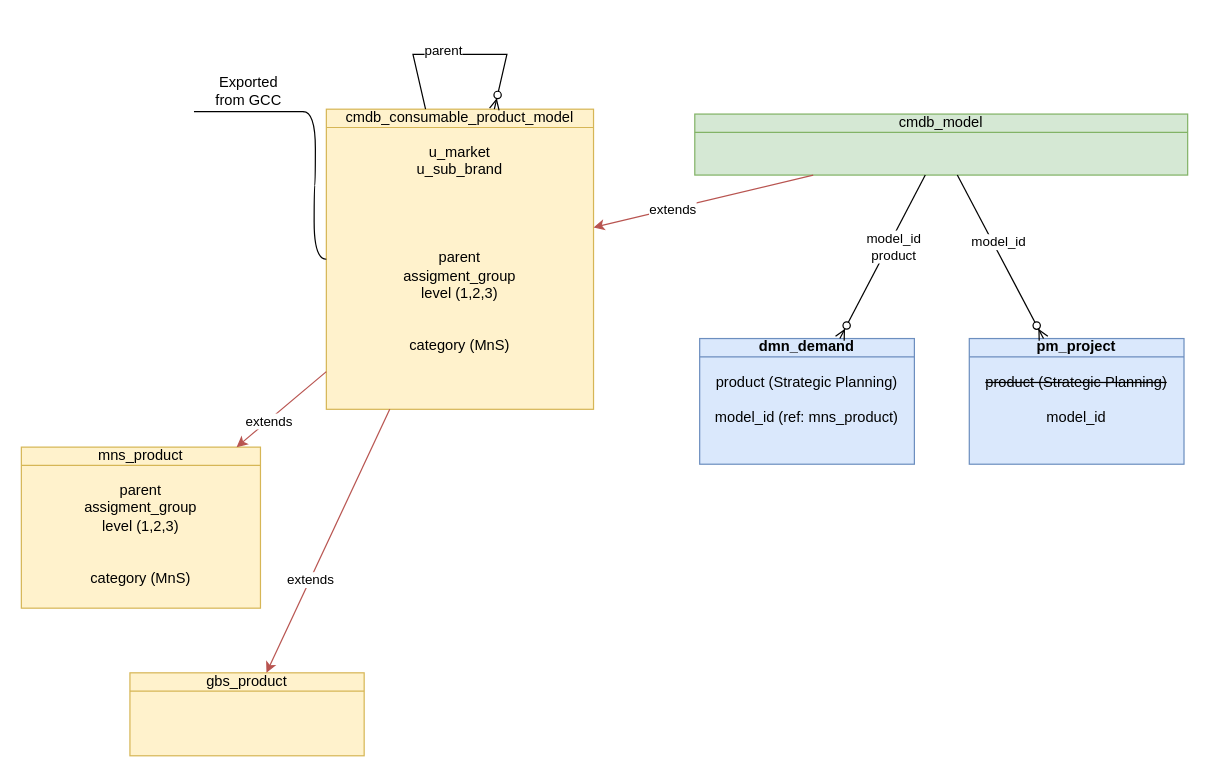
Before: page "start" (2 of 6) of JTI_product.drawio in algimas/tmp, a draw.io diagram. Source tidied: cells renumbered, new cells numbered last; positions are measured from the earlier drawing's top-left corner, leaving out a move shared by most shapes. Both pictures are drawn from the tidied source at 122%, with x=0, y=0 at pixel (21, 54).
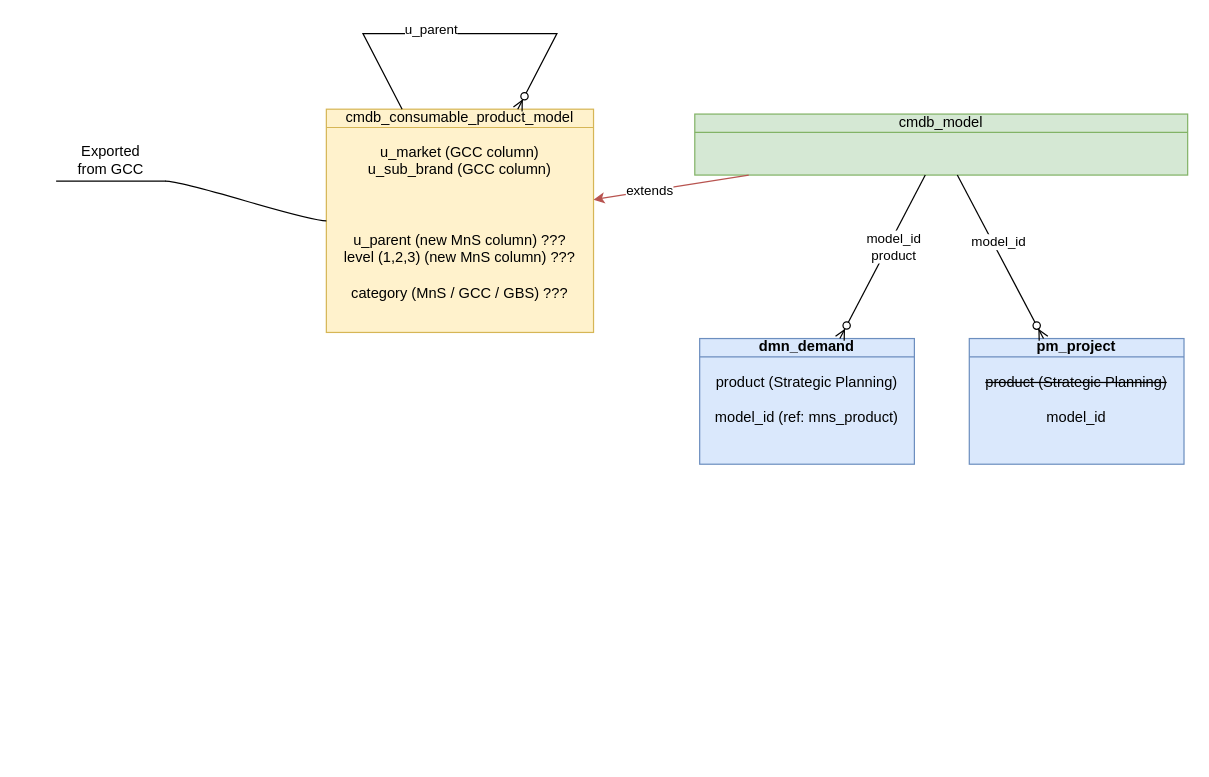
After the change.

Change to the diagram source:
```diff
@@
-    <mxCell id="2" value="&lt;div&gt;cmdb_consumable_product_model&lt;/div&gt;&lt;div&gt;&lt;br&gt;&lt;/div&gt;&lt;div&gt;u_market&lt;/div&gt;&lt;div&gt;u_sub_brand&lt;/div&gt;&lt;div&gt;&lt;br&gt;&lt;/div&gt;&lt;div&gt;&lt;br&gt;&lt;/div&gt;&lt;div&gt;&lt;br&gt;&lt;/div&gt;&lt;div&gt;&lt;br&gt;&lt;/div&gt;&lt;div&gt;parent&lt;/div&gt;&lt;div&gt;assigment_group&lt;/div&gt;&lt;div&gt;level (1,2,3)&lt;/div&gt;&lt;div&gt;&lt;br&gt;&lt;/div&gt;&lt;div&gt;&lt;br&gt;&lt;/div&gt;&lt;div&gt;category (MnS)&lt;/div&gt;" style="html=1;outlineConnect=0;whiteSpace=wrap;fillColor=#fff2cc;shape=mxgraph.archimate3.businessObject;overflow=fill;strokeColor=#d6b656;" parent="1" vertex="1">
-      <mxGeometry x="250" y="45" width="219" height="246" as="geometry" />
+    <mxCell id="2" value="&lt;div&gt;cmdb_consumable_product_model&lt;/div&gt;&lt;div&gt;&lt;br&gt;&lt;/div&gt;&lt;div&gt;u_market (GCC column)&lt;/div&gt;&lt;div&gt;u_sub_brand (GCC column)&lt;/div&gt;&lt;div&gt;&lt;br&gt;&lt;/div&gt;&lt;div&gt;&lt;br&gt;&lt;/div&gt;&lt;div&gt;&lt;br&gt;&lt;/div&gt;&lt;div&gt;u_parent (new MnS column) ???&lt;/div&gt;&lt;div&gt;level (1,2,3) (new MnS column) ???&lt;/div&gt;&lt;div&gt;&lt;br&gt;&lt;/div&gt;&lt;div&gt;category (MnS / GCC / GBS) ???&lt;/div&gt;" style="html=1;outlineConnect=0;whiteSpace=wrap;fillColor=#fff2cc;shape=mxgraph.archimate3.businessObject;overflow=fill;strokeColor=#d6b656;" parent="1" vertex="1">
+      <mxGeometry x="250" y="45" width="219" height="183" as="geometry" />
     </mxCell>
@@
     <mxCell id="10" value="&lt;div&gt;Exported&lt;/div&gt;&lt;div&gt;from GCC&lt;/div&gt;" style="whiteSpace=wrap;html=1;shape=partialRectangle;top=0;left=0;bottom=1;right=0;points=[[0,1],[1,1]];fillColor=none;align=center;verticalAlign=bottom;routingCenterY=0.5;snapToPoint=1;newEdgeStyle={&quot;edgeStyle&quot;:&quot;entityRelationEdgeStyle&quot;,&quot;startArrow&quot;:&quot;none&quot;,&quot;endArrow&quot;:&quot;none&quot;,&quot;segment&quot;:10,&quot;curved&quot;:1,&quot;sourcePerimeterSpacing&quot;:0,&quot;targetPerimeterSpacing&quot;:0};" parent="1" vertex="1">
-      <mxGeometry x="142" y="6" width="89" height="41" as="geometry" />
+      <mxGeometry x="29" y="63" width="89" height="41" as="geometry" />
     </mxCell>
@@
     <mxCell id="14" style="fontSize=12;html=1;endArrow=ERzeroToMany;endFill=1;rounded=0;" parent="1" edge="1" source="2" target="2">
       <mxGeometry relative="1" as="geometry">
         <Array as="points">
-          <mxPoint x="398" />
+          <mxPoint x="439" y="-17" />
         </Array>
       </mxGeometry>
     </mxCell>
-    <mxCell id="15" value="parent" style="edgeLabel;html=1;align=center;verticalAlign=middle;" parent="14" vertex="1">
+    <mxCell id="15" value="u_parent" style="edgeLabel;html=1;align=center;verticalAlign=middle;" parent="14" vertex="1">
       <mxGeometry x="-0.16" y="4" relative="1" as="geometry" />
     </mxCell>
-    <mxCell id="16" value="&lt;div&gt;mns_product&lt;/div&gt;&lt;div&gt;&lt;br&gt;&lt;/div&gt;&lt;div&gt;&lt;div&gt;parent&lt;/div&gt;&lt;div&gt;assigment_group&lt;/div&gt;&lt;div&gt;level (1,2,3)&lt;/div&gt;&lt;div&gt;&lt;br&gt;&lt;/div&gt;&lt;div&gt;&lt;br&gt;&lt;/div&gt;&lt;div&gt;category (MnS)&lt;/div&gt;&lt;br&gt;&lt;/div&gt;" style="html=1;outlineConnect=0;whiteSpace=wrap;fillColor=#fff2cc;shape=mxgraph.archimate3.businessObject;overflow=fill;strokeColor=#d6b656;" parent="1" vertex="1">
-      <mxGeometry y="322" width="196" height="132" as="geometry" />
-    </mxCell>
-    <mxCell id="17" style="endArrow=classic;html=1;rounded=0;fillColor=#f8cecc;strokeColor=#b85450;" parent="1" edge="1" source="2" target="16">
-      <mxGeometry relative="1" as="geometry" />
-    </mxCell>
-    <mxCell id="18" value="extends" style="edgeLabel;html=1;align=center;verticalAlign=middle;" parent="17" vertex="1">
-      <mxGeometry x="0.29" relative="1" as="geometry" />
-    </mxCell>
-    <mxCell id="19" value="gbs_product" style="html=1;outlineConnect=0;whiteSpace=wrap;fillColor=#fff2cc;shape=mxgraph.archimate3.businessObject;overflow=fill;strokeColor=#d6b656;" parent="1" vertex="1">
-      <mxGeometry x="89" y="507" width="192" height="68" as="geometry" />
-    </mxCell>
-    <mxCell id="20" style="endArrow=classic;html=1;rounded=0;fillColor=#f8cecc;strokeColor=#b85450;" parent="1" edge="1" source="2" target="19">
-      <mxGeometry relative="1" as="geometry" />
-    </mxCell>
-    <mxCell id="21" value="extends" style="edgeLabel;html=1;align=center;verticalAlign=middle;" parent="20" vertex="1">
-      <mxGeometry x="0.29" relative="1" as="geometry" />
-    </mxCell>
```
